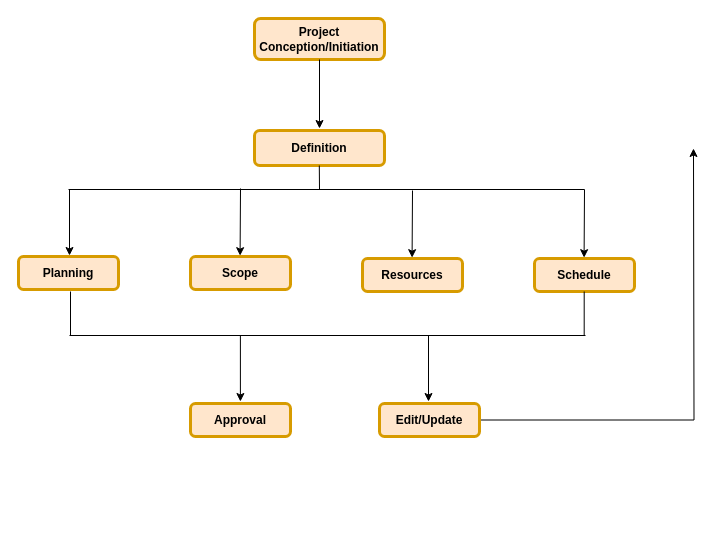
prasannachandar/tsp keeps this draw.io diagram as Untitled Diagram.drawio. Above is the earlier version. Source tidied: cells renumbered, new cells numbered last; positions are measured from the earlier drawing's top-left corner, leaving out a move shared by most shapes. Both pictures are drawn from the tidied source at 100%, with x=0, y=0 at pixel (18, 18).
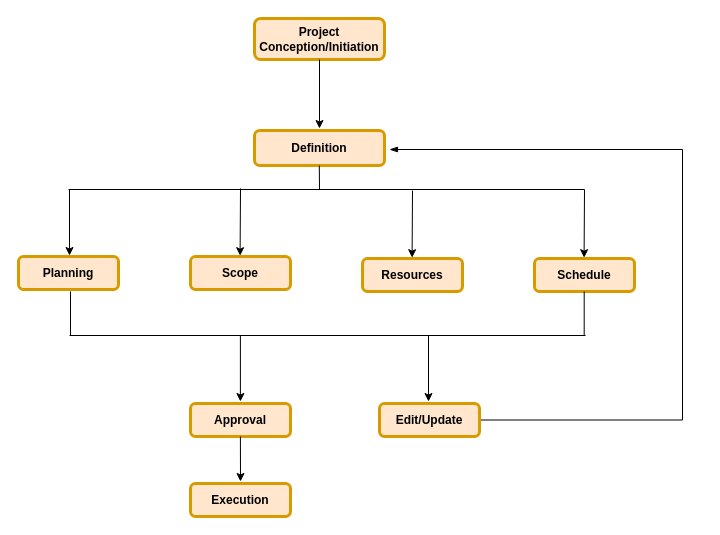
After the change.

The change refers to these unchanged cells:
```xml
<mxCell id="22" value="Edit/Update" style="whiteSpace=wrap;align=center;verticalAlign=middle;fontStyle=1;strokeWidth=3;fillColor=#ffe6cc;strokeColor=#d79b00;shadow=0;sketch=0;rounded=1;" parent="1" vertex="1">
  <mxGeometry x="361" y="385" width="100" height="33" as="geometry" />
</mxCell>
```

The edit, as a diff of the source:
```diff
@@
-    <mxCell id="21" style="edgeStyle=orthogonalEdgeStyle;rounded=0;jettySize=auto;html=1;" parent="1" edge="1" source="22">
+    <mxCell id="21" style="edgeStyle=orthogonalEdgeStyle;rounded=0;jettySize=auto;html=1;endArrow=blockThin;endFill=1;" parent="1" edge="1" source="22">
       <mxGeometry relative="1" as="geometry">
-        <mxPoint x="675" y="130" as="targetPoint" />
+        <mxPoint x="371" y="131" as="targetPoint" />
+        <Array as="points">
+          <mxPoint x="664" y="402" />
+          <mxPoint x="664" y="131" />
+        </Array>
       </mxGeometry>
     </mxCell>
@@
+    <mxCell id="23" style="endArrow=classic;html=1;" parent="1" edge="1">
+      <mxGeometry relative="1" as="geometry">
+        <mxPoint x="221.9" y="418" as="sourcePoint" />
+        <mxPoint x="222" y="463" as="targetPoint" />
+      </mxGeometry>
+    </mxCell>
+    <mxCell id="24" value="Execution" style="whiteSpace=wrap;align=center;verticalAlign=middle;fontStyle=1;strokeWidth=3;fillColor=#ffe6cc;strokeColor=#d79b00;shadow=0;sketch=0;rounded=1;" parent="1" vertex="1">
+      <mxGeometry x="172" y="465" width="100" height="33" as="geometry" />
+    </mxCell>
```
